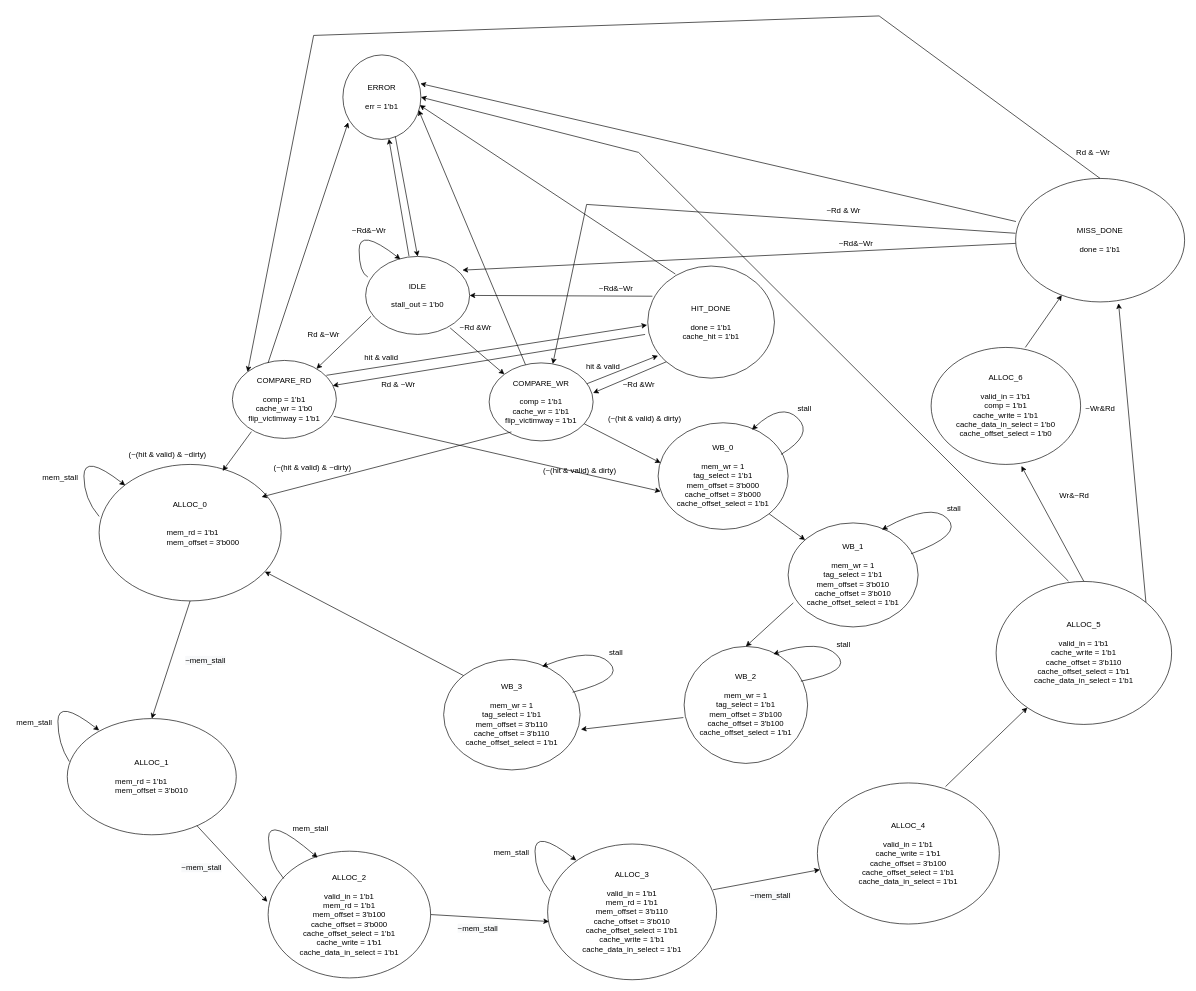
This is project/cache/caches FSMs.drawio from joshmeiyb/ECE552, a draw.io file, before an edit. Source tidied: cells renumbered, new cells numbered last; positions are measured from the earlier drawing's top-left corner, leaving out a move shared by most shapes. Both pictures are drawn from the tidied source at 65%, with x=0, y=0 at pixel (11, 16).
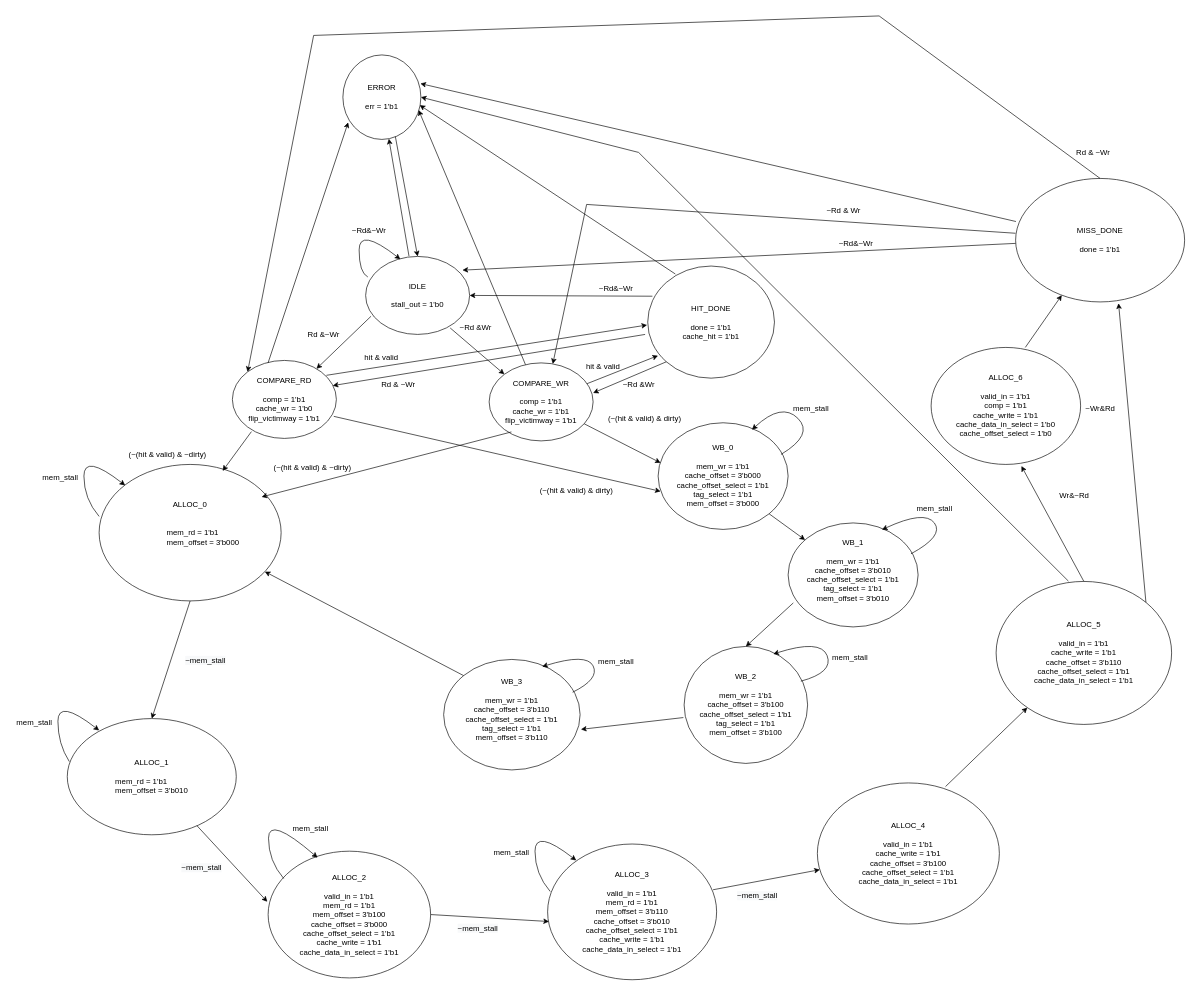
After the change.

Change to the diagram source:
```diff
@@
-    <mxCell id="15" value="WB_0&lt;br&gt;&lt;br&gt;mem_wr = 1&lt;br&gt;tag_select = 1'b1&lt;br&gt;mem_offset = 3'b000&lt;div&gt;cache_offset = 3'b000&lt;/div&gt;cache_offset_select = 1'b1" style="ellipse;whiteSpace=wrap;html=1;" parent="1" vertex="1">
+    <mxCell id="15" value="WB_0&lt;br&gt;&lt;br&gt;mem_wr = 1'b1&lt;br&gt;&lt;div&gt;cache_offset = 3'b000&lt;/div&gt;cache_offset_select = 1'b1&lt;br&gt;tag_select = 1'b1&lt;br&gt;mem_offset = 3'b000&lt;div&gt;&lt;/div&gt;" style="ellipse;whiteSpace=wrap;html=1;" parent="1" vertex="1">
       <mxGeometry x="995" y="625.9" width="200" height="164.1" as="geometry" />
     </mxCell>
-    <mxCell id="16" value="stall" style="text;html=1;align=center;verticalAlign=middle;strokeColor=none;fillColor=none;" parent="1" vertex="1">
-      <mxGeometry x="1200" y="594.1" width="40" height="20" as="geometry" />
+    <mxCell id="16" value="mem_stall" style="text;html=1;align=center;verticalAlign=middle;strokeColor=none;fillColor=none;" parent="1" vertex="1">
+      <mxGeometry x="1195" y="594.1" width="70" height="20" as="geometry" />
     </mxCell>
@@
-    <mxCell id="18" value="WB_1&lt;br&gt;&lt;br&gt;mem_wr = 1&lt;br&gt;tag_select = 1'b1&lt;br&gt;&lt;div&gt;mem_offset = 3'b010&lt;div&gt;cache_offset = 3'b010&lt;/div&gt;cache_offset_select = 1'b1&lt;/div&gt;" style="ellipse;whiteSpace=wrap;html=1;" parent="1" vertex="1">
+    <mxCell id="18" value="WB_1&lt;br&gt;&lt;br&gt;mem_wr = 1'b1&lt;br&gt;&lt;div&gt;cache_offset = 3'b010&lt;/div&gt;cache_offset_select = 1'b1&lt;br&gt;tag_select = 1'b1&lt;br&gt;&lt;div&gt;mem_offset = 3'b010&lt;div&gt;&lt;br&gt;&lt;/div&gt;&lt;/div&gt;" style="ellipse;whiteSpace=wrap;html=1;" parent="1" vertex="1">
       <mxGeometry x="1195" y="780" width="200" height="160" as="geometry" />
     </mxCell>
-    <mxCell id="19" value="stall" style="text;html=1;align=center;verticalAlign=middle;strokeColor=none;fillColor=none;" parent="1" vertex="1">
-      <mxGeometry x="1430" y="748.3" width="40" height="20" as="geometry" />
+    <mxCell id="19" value="mem_stall" style="text;html=1;align=center;verticalAlign=middle;strokeColor=none;fillColor=none;" parent="1" vertex="1">
+      <mxGeometry x="1385" y="748.3" width="70" height="20" as="geometry" />
     </mxCell>
     <mxCell id="20" style="curved=1;endArrow=classic;html=1;rounded=0;exitX=0.945;exitY=0.297;exitDx=0;exitDy=0;exitPerimeter=0;entryX=0.722;entryY=0.065;entryDx=0;entryDy=0;entryPerimeter=0;" parent="1" edge="1" source="18" target="18">
       <mxGeometry relative="1" as="geometry">
         <Array as="points">
-          <mxPoint x="1465" y="798.3" />
-          <mxPoint x="1415" y="748.3" />
+          <mxPoint x="1435" y="800" />
+          <mxPoint x="1405" y="760" />
         </Array>
       </mxGeometry>
     </mxCell>
-    <mxCell id="21" value="WB_2&lt;br&gt;&lt;br&gt;mem_wr = 1&lt;br&gt;tag_select = 1'b1&lt;br&gt;mem_offset = 3'b100&lt;div&gt;cache_offset = 3'b100&lt;/div&gt;cache_offset_select = 1'b1" style="ellipse;whiteSpace=wrap;html=1;" parent="1" vertex="1">
+    <mxCell id="21" value="WB_2&lt;br&gt;&lt;br&gt;mem_wr = 1'b1&lt;br&gt;&lt;div&gt;cache_offset = 3'b100&lt;/div&gt;cache_offset_select = 1'b1&lt;br&gt;tag_select = 1'b1&lt;br&gt;mem_offset = 3'b100&lt;div&gt;&lt;/div&gt;" style="ellipse;whiteSpace=wrap;html=1;" parent="1" vertex="1">
       <mxGeometry x="1035" y="970" width="190" height="180" as="geometry" />
     </mxCell>
-    <mxCell id="22" value="stall" style="text;html=1;align=center;verticalAlign=middle;strokeColor=none;fillColor=none;" parent="1" vertex="1">
-      <mxGeometry x="1260" y="958.3" width="40" height="20" as="geometry" />
+    <mxCell id="22" value="mem_stall" style="text;html=1;align=center;verticalAlign=middle;strokeColor=none;fillColor=none;" parent="1" vertex="1">
+      <mxGeometry x="1255" y="978.3" width="70" height="20" as="geometry" />
     </mxCell>
     <mxCell id="23" style="curved=1;endArrow=classic;html=1;rounded=0;exitX=0.945;exitY=0.297;exitDx=0;exitDy=0;exitPerimeter=0;entryX=0.722;entryY=0.065;entryDx=0;entryDy=0;entryPerimeter=0;" parent="1" edge="1" source="21" target="21">
       <mxGeometry relative="1" as="geometry">
         <Array as="points">
-          <mxPoint x="1295" y="1008.3" />
+          <mxPoint x="1265" y="1010" />
           <mxPoint x="1245" y="958.3" />
         </Array>
       </mxGeometry>
     </mxCell>
-    <mxCell id="24" value="WB_3&lt;br&gt;&lt;br&gt;mem_wr = 1&lt;br&gt;tag_select = 1'b1&lt;br&gt;&lt;div&gt;mem_offset = 3'b110&lt;div&gt;cache_offset = 3'b110&lt;/div&gt;cache_offset_select = 1'b1&lt;/div&gt;" style="ellipse;whiteSpace=wrap;html=1;" parent="1" vertex="1">
+    <mxCell id="24" value="WB_3&lt;br&gt;&lt;br&gt;mem_wr = 1'b1&lt;br&gt;&lt;div&gt;cache_offset = 3'b110&lt;/div&gt;cache_offset_select = 1'b1&lt;br&gt;tag_select = 1'b1&lt;br&gt;&lt;div&gt;mem_offset = 3'b110&lt;div&gt;&lt;br&gt;&lt;/div&gt;&lt;/div&gt;" style="ellipse;whiteSpace=wrap;html=1;" parent="1" vertex="1">
       <mxGeometry x="665" y="990" width="210" height="170" as="geometry" />
     </mxCell>
-    <mxCell id="25" value="stall" style="text;html=1;align=center;verticalAlign=middle;strokeColor=none;fillColor=none;" parent="1" vertex="1">
-      <mxGeometry x="910" y="970" width="40" height="20" as="geometry" />
+    <mxCell id="25" value="mem_stall" style="text;html=1;align=center;verticalAlign=middle;strokeColor=none;fillColor=none;" parent="1" vertex="1">
+      <mxGeometry x="895" y="983.3" width="70" height="20" as="geometry" />
     </mxCell>
     <mxCell id="26" style="curved=1;endArrow=classic;html=1;rounded=0;exitX=0.945;exitY=0.297;exitDx=0;exitDy=0;exitPerimeter=0;entryX=0.722;entryY=0.065;entryDx=0;entryDy=0;entryPerimeter=0;" parent="1" edge="1" source="24" target="24">
       <mxGeometry relative="1" as="geometry">
         <Array as="points">
-          <mxPoint x="945" y="1020" />
-          <mxPoint x="895" y="970" />
+          <mxPoint x="905" y="1020" />
+          <mxPoint x="885" y="980" />
         </Array>
       </mxGeometry>
     </mxCell>
@@
     <mxCell id="58" value="(~(hit &amp;amp; valid) &amp;amp; dirty) " style="text;html=1;align=center;verticalAlign=middle;strokeColor=none;fillColor=none;" parent="1" vertex="1">
-      <mxGeometry x="809" y="690" width="130" height="20" as="geometry" />
+      <mxGeometry x="804" y="720" width="130" height="20" as="geometry" />
     </mxCell>
@@
     <mxCell id="73" value="&lt;span style=&quot;color: rgb(0 , 0 , 0) ; font-family: &amp;#34;helvetica&amp;#34; ; font-size: 12px ; font-style: normal ; font-weight: 400 ; letter-spacing: normal ; text-align: center ; text-indent: 0px ; text-transform: none ; word-spacing: 0px ; background-color: rgb(248 , 249 , 250) ; display: inline ; float: none&quot;&gt;~mem_stall&lt;/span&gt;" style="text;whiteSpace=wrap;html=1;fontColor=#000000;" parent="1" vertex="1">
-      <mxGeometry x="1135" y="1340" width="80" height="30" as="geometry" />
+      <mxGeometry x="1115" y="1340" width="80" height="30" as="geometry" />
     </mxCell>
```
